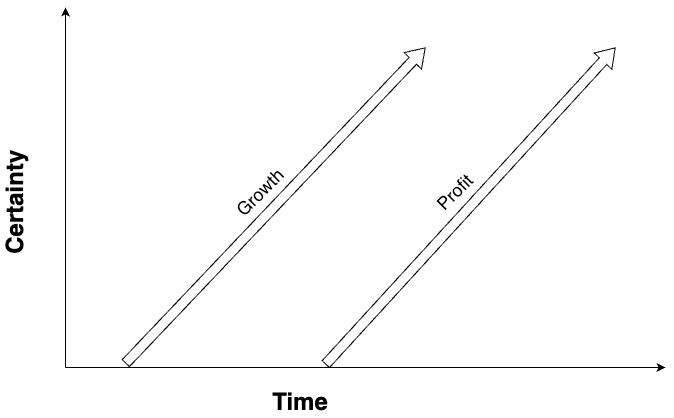
Above: content/articles/The Quest, The Race, The Grind/growth_profit_arrows.png in innovation-options/innovation-options (draw.io), before the change. Source tidied: cells renumbered, new cells last; positions are measured from the earlier drawing's top-left corner, leaving out a move shared by most shapes. Its diagram source:
```xml
<mxGraphModel>
  <root>
    <mxCell id="0" />
    <mxCell id="1" parent="0" />
    <mxCell id="2" style="endArrow=classic;html=1;rounded=0;" parent="1" edge="1">
      <mxGeometry relative="1" as="geometry">
        <mxPoint x="80" y="360" as="sourcePoint" />
        <mxPoint x="680" y="360" as="targetPoint" />
      </mxGeometry>
    </mxCell>
    <mxCell id="3" style="endArrow=classic;html=1;rounded=0;" parent="1" edge="1">
      <mxGeometry relative="1" as="geometry">
        <mxPoint x="80" y="360" as="sourcePoint" />
        <mxPoint x="80" as="targetPoint" />
      </mxGeometry>
    </mxCell>
    <mxCell id="4" value="Time" style="text;html=1;align=center;verticalAlign=middle;whiteSpace=wrap;rounded=0;fontSize=24;fontStyle=1;" parent="1" vertex="1">
      <mxGeometry x="285" y="380" width="60" height="30" as="geometry" />
    </mxCell>
    <mxCell id="5" value="Certainty" style="text;html=1;align=center;verticalAlign=middle;whiteSpace=wrap;rounded=0;fontSize=24;fontStyle=1;rotation=-90;" parent="1" vertex="1">
      <mxGeometry y="180" width="60" height="30" as="geometry" />
    </mxCell>
    <mxCell id="6" style="shape=flexArrow;endArrow=classic;html=1;rounded=0;endWidth=13;endSize=5.65;" parent="1" edge="1">
      <mxGeometry relative="1" as="geometry">
        <mxPoint x="140" y="356" as="sourcePoint" />
        <mxPoint x="440" y="40" as="targetPoint" />
      </mxGeometry>
    </mxCell>
    <mxCell id="7" value="&lt;font style=&quot;font-size: 18px;&quot;&gt;Growth&lt;/font&gt;" style="edgeLabel;html=1;align=center;verticalAlign=middle;rotation=-45;labelBackgroundColor=none;" parent="6" vertex="1">
      <mxGeometry x="0.08" y="-4" relative="1" as="geometry">
        <mxPoint x="-32" y="-3" as="offset" />
      </mxGeometry>
    </mxCell>
    <mxCell id="8" style="shape=flexArrow;endArrow=classic;html=1;rounded=0;endWidth=13;endSize=5.65;" parent="1" edge="1">
      <mxGeometry relative="1" as="geometry">
        <mxPoint x="340" y="357" as="sourcePoint" />
        <mxPoint x="630" y="40" as="targetPoint" />
      </mxGeometry>
    </mxCell>
    <mxCell id="9" value="&lt;font style=&quot;font-size: 18px;&quot;&gt;Profit&lt;/font&gt;" style="edgeLabel;html=1;align=center;verticalAlign=middle;rotation=-45;labelBackgroundColor=none;" parent="8" vertex="1">
      <mxGeometry x="0.08" y="-4" relative="1" as="geometry">
        <mxPoint x="-32" y="-3" as="offset" />
      </mxGeometry>
    </mxCell>
  </root>
</mxGraphModel>
```
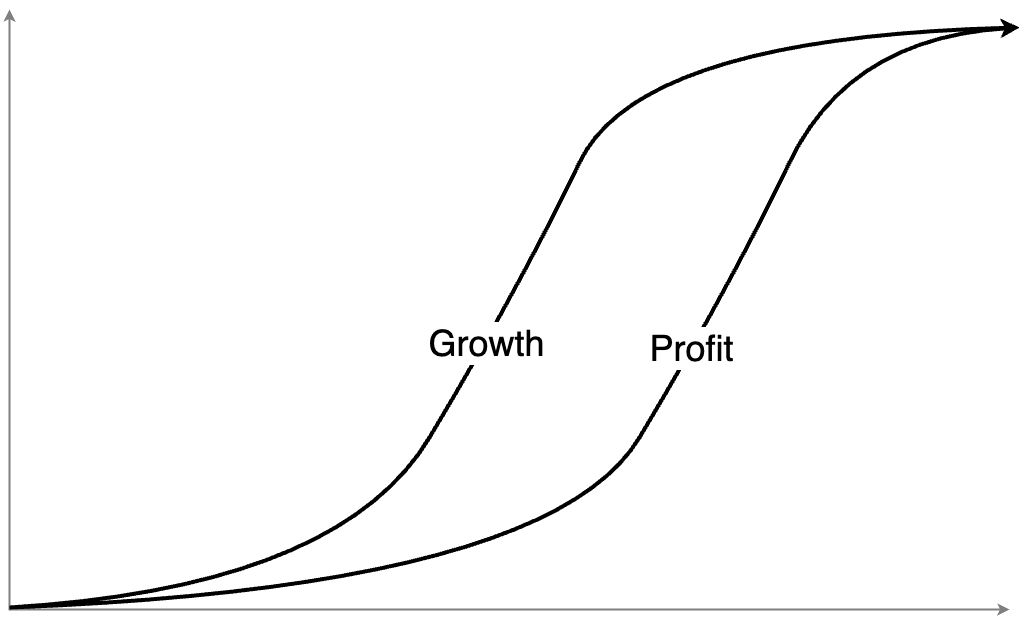
Later version of the same file.

What changed in the source:
```diff
@@ -2,45 +2,42 @@
   <root>
     <mxCell id="0" />
     <mxCell id="1" parent="0" />
-    <mxCell id="2" style="endArrow=classic;html=1;rounded=0;" parent="1" edge="1">
-      <mxGeometry relative="1" as="geometry">
-        <mxPoint x="80" y="360" as="sourcePoint" />
-        <mxPoint x="680" y="360" as="targetPoint" />
-      </mxGeometry>
-    </mxCell>
-    <mxCell id="3" style="endArrow=classic;html=1;rounded=0;" parent="1" edge="1">
-      <mxGeometry relative="1" as="geometry">
-        <mxPoint x="80" y="360" as="sourcePoint" />
-        <mxPoint x="80" as="targetPoint" />
-      </mxGeometry>
-    </mxCell>
-    <mxCell id="4" value="Time" style="text;html=1;align=center;verticalAlign=middle;whiteSpace=wrap;rounded=0;fontSize=24;fontStyle=1;" parent="1" vertex="1">
-      <mxGeometry x="285" y="380" width="60" height="30" as="geometry" />
-    </mxCell>
-    <mxCell id="5" value="Certainty" style="text;html=1;align=center;verticalAlign=middle;whiteSpace=wrap;rounded=0;fontSize=24;fontStyle=1;rotation=-90;" parent="1" vertex="1">
-      <mxGeometry y="180" width="60" height="30" as="geometry" />
-    </mxCell>
-    <mxCell id="6" style="shape=flexArrow;endArrow=classic;html=1;rounded=0;endWidth=13;endSize=5.65;" parent="1" edge="1">
-      <mxGeometry relative="1" as="geometry">
-        <mxPoint x="140" y="356" as="sourcePoint" />
-        <mxPoint x="440" y="40" as="targetPoint" />
-      </mxGeometry>
-    </mxCell>
+    <mxCell id="10" style="curved=1;endArrow=classic;html=1;rounded=0;strokeWidth=4;" parent="1" edge="1">
+      <mxGeometry relative="1" as="geometry">
+        <mxPoint x="170" y="430" as="sourcePoint" />
+        <mxPoint x="1180" y="-150" as="targetPoint" />
+        <Array as="points">
+          <mxPoint x="500" y="410" />
+          <mxPoint x="680" y="110" />
+          <mxPoint x="800" y="-140" />
+        </Array>
+      </mxGeometry>
+    </mxCell>
-    <mxCell id="7" value="&lt;font style=&quot;font-size: 18px;&quot;&gt;Growth&lt;/font&gt;" style="edgeLabel;html=1;align=center;verticalAlign=middle;rotation=-45;labelBackgroundColor=none;" parent="6" vertex="1">
-      <mxGeometry x="0.08" y="-4" relative="1" as="geometry">
-        <mxPoint x="-32" y="-3" as="offset" />
-      </mxGeometry>
+    <mxCell id="7" value="&lt;font style=&quot;font-size: 36px;&quot;&gt;Growth&lt;/font&gt;" style="edgeLabel;html=1;align=center;verticalAlign=middle;" parent="10" vertex="1">
+      <mxGeometry x="-0.08" relative="1" as="geometry" />
     </mxCell>
-    <mxCell id="8" style="shape=flexArrow;endArrow=classic;html=1;rounded=0;endWidth=13;endSize=5.65;" parent="1" edge="1">
-      <mxGeometry relative="1" as="geometry">
-        <mxPoint x="340" y="357" as="sourcePoint" />
-        <mxPoint x="630" y="40" as="targetPoint" />
-      </mxGeometry>
-    </mxCell>
+    <mxCell id="11" style="endArrow=classic;html=1;rounded=0;startArrow=classic;startFill=1;endFill=1;strokeWidth=2;strokeColor=#808080;" parent="1" edge="1">
+      <mxGeometry relative="1" as="geometry">
+        <mxPoint x="1170" y="432" as="sourcePoint" />
+        <mxPoint x="170" y="-168" as="targetPoint" />
+        <Array as="points">
+          <mxPoint x="170" y="432" />
+        </Array>
+      </mxGeometry>
+    </mxCell>
+    <mxCell id="12" style="curved=1;endArrow=classic;html=1;rounded=0;strokeWidth=4;" parent="1" edge="1">
+      <mxGeometry relative="1" as="geometry">
+        <mxPoint x="170" y="430" as="sourcePoint" />
+        <mxPoint x="1180" y="-150" as="targetPoint" />
+        <Array as="points">
+          <mxPoint x="710" y="410" />
+          <mxPoint x="890" y="110" />
+          <mxPoint x="1010" y="-140" />
+        </Array>
+      </mxGeometry>
+    </mxCell>
-    <mxCell id="9" value="&lt;font style=&quot;font-size: 18px;&quot;&gt;Profit&lt;/font&gt;" style="edgeLabel;html=1;align=center;verticalAlign=middle;rotation=-45;labelBackgroundColor=none;" parent="8" vertex="1">
-      <mxGeometry x="0.08" y="-4" relative="1" as="geometry">
-        <mxPoint x="-32" y="-3" as="offset" />
-      </mxGeometry>
+    <mxCell id="9" value="&lt;font style=&quot;font-size: 36px;&quot;&gt;Profit&lt;/font&gt;" style="edgeLabel;html=1;align=center;verticalAlign=middle;" parent="12" vertex="1">
+      <mxGeometry x="0.22" y="2" relative="1" as="geometry" />
     </mxCell>
   </root>
 </mxGraphModel>
```
